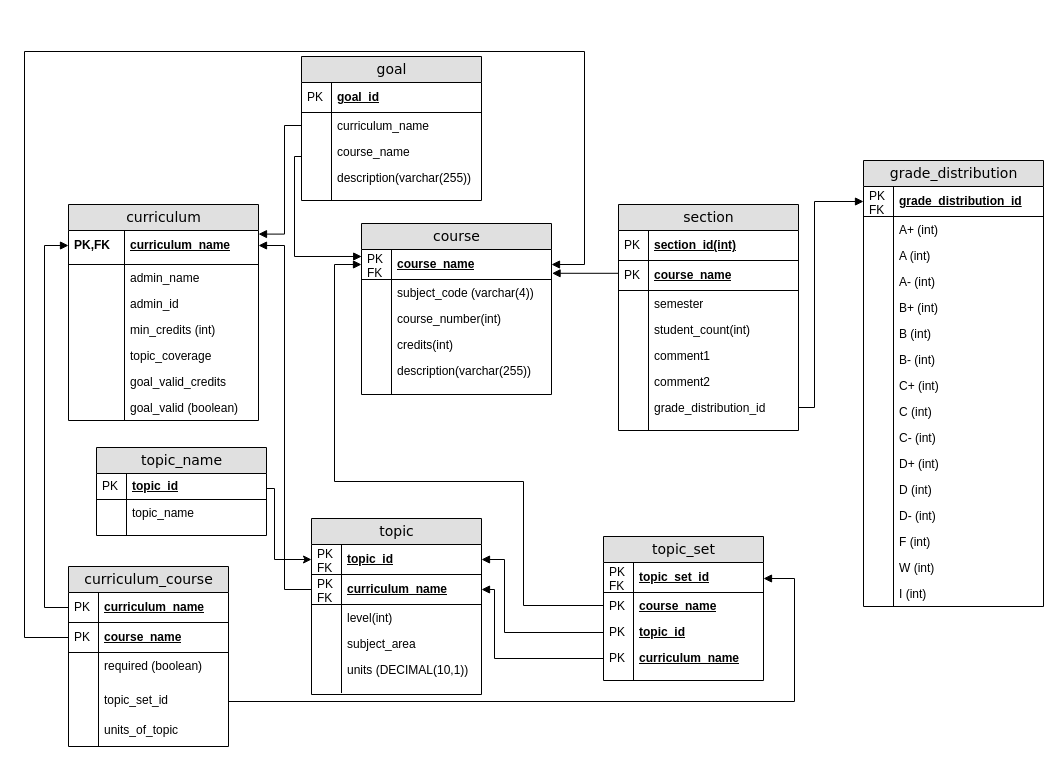
RoyXingan/DatabaseProject keeps this draw.io diagram as relational_model.drawio. Above is the earlier version. Source tidied: cells renumbered, new cells numbered last; positions are measured from the earlier drawing's top-left corner, leaving out a move shared by most shapes. Both pictures are drawn from the tidied source at 100%, with x=0, y=0 at pixel (24, 51).
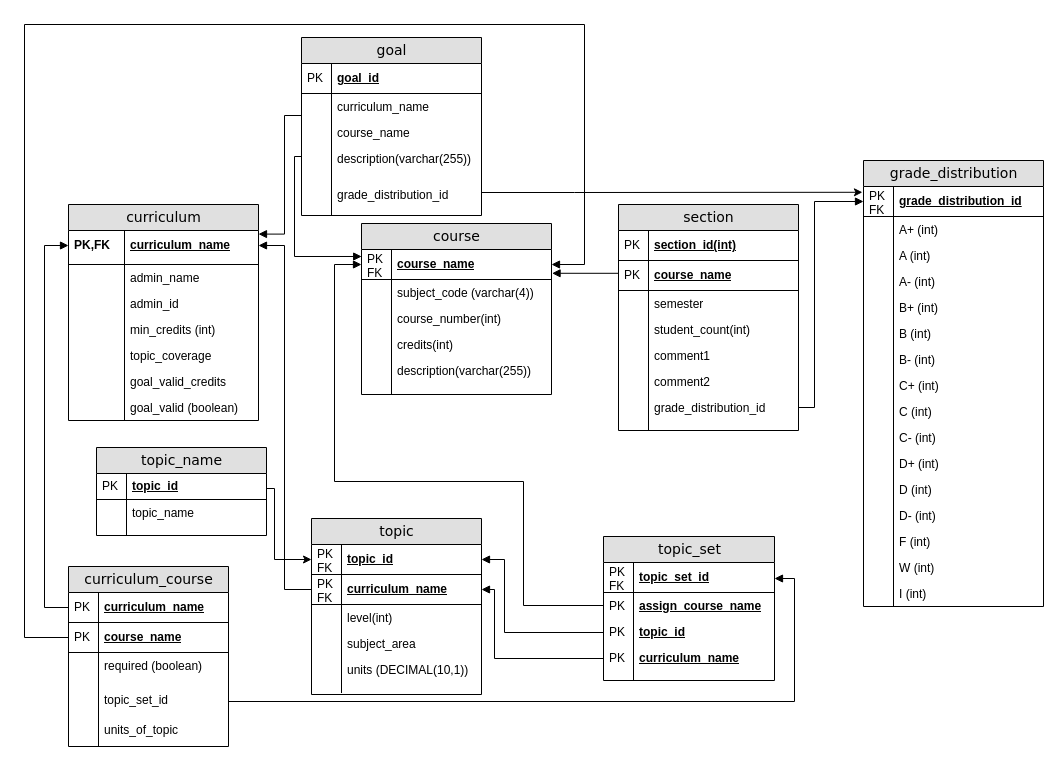
Above is the later version.

Commit message (it also covers changes not shown here):
Update model.py, add grade distribution to goal table

The change refers to these unchanged cells:
```xml
<mxCell id="3" value="curriculum_name" style="shape=partialRectangle;top=0;left=0;right=0;bottom=0;html=1;align=left;verticalAlign=middle;fillColor=none;spacingLeft=60;spacingRight=4;whiteSpace=wrap;overflow=hidden;points=[[0,0.5],[1,0.5]];portConstraint=eastwest;fontStyle=5;" parent="2" vertex="1">
  <mxGeometry y="26" width="190" height="30" as="geometry" />
</mxCell>
<mxCell id="20" value="course_name&lt;br&gt;" style="shape=partialRectangle;top=0;left=0;right=0;bottom=1;html=1;align=left;verticalAlign=middle;fillColor=none;spacingLeft=34;spacingRight=4;whiteSpace=wrap;overflow=hidden;points=[[0,0.5],[1,0.5]];portConstraint=eastwest;fontStyle=5;" parent="19" vertex="1">
  <mxGeometry y="26" width="190" height="30" as="geometry" />
</mxCell>
<mxCell id="59" value="course_name&lt;br&gt;" style="shape=partialRectangle;top=0;left=0;right=0;bottom=1;html=1;align=left;verticalAlign=middle;fillColor=none;spacingLeft=34;spacingRight=4;whiteSpace=wrap;overflow=hidden;points=[[0,0.5],[1,0.5]];portConstraint=eastwest;fontStyle=5;" parent="56" vertex="1">
  <mxGeometry y="56" width="160" height="30" as="geometry" />
</mxCell>
<mxCell id="70" value="curriculum_name" style="shape=partialRectangle;top=0;left=0;right=0;bottom=0;html=1;align=left;verticalAlign=top;fillColor=none;spacingLeft=34;spacingRight=4;whiteSpace=wrap;overflow=hidden;points=[[0,0.5],[1,0.5]];portConstraint=eastwest;" parent="67" vertex="1">
  <mxGeometry y="56" width="180" height="26" as="geometry" />
</mxCell>
<mxCell id="96" value="grade_distribution_id" style="shape=partialRectangle;top=0;left=0;right=0;bottom=1;html=1;align=left;verticalAlign=middle;fillColor=none;spacingLeft=34;spacingRight=4;whiteSpace=wrap;overflow=hidden;points=[[0,0.5],[1,0.5]];portConstraint=eastwest;fontStyle=5;" parent="95" vertex="1">
  <mxGeometry y="26" width="180" height="30" as="geometry" />
</mxCell>
```

What changed in the source:
```diff
@@
     <mxCell id="45" value="topic_set" style="swimlane;html=1;fontStyle=0;horizontal=1;startSize=26;fillColor=#e0e0e0;swimlaneFillColor=#ffffff;align=center;rounded=0;shadow=0;comic=0;labelBackgroundColor=none;strokeColor=#000000;strokeWidth=1;fontFamily=Verdana;fontSize=14;fontColor=#000000;" parent="1" vertex="1">
-      <mxGeometry x="579" y="485" width="160" height="144" as="geometry" />
+      <mxGeometry x="579" y="485" width="171" height="144" as="geometry" />
     </mxCell>
     <mxCell id="46" value="topic_set_id" style="shape=partialRectangle;top=0;left=0;right=0;bottom=1;html=1;align=left;verticalAlign=middle;fillColor=none;spacingLeft=34;spacingRight=4;whiteSpace=wrap;overflow=hidden;points=[[0,0.5],[1,0.5]];portConstraint=eastwest;fontStyle=5;" parent="45" vertex="1">
-      <mxGeometry y="26" width="160" height="30" as="geometry" />
+      <mxGeometry y="26" width="171" height="30" as="geometry" />
     </mxCell>
@@
-    <mxCell id="48" value="&lt;span&gt;course_name&lt;/span&gt;" style="shape=partialRectangle;top=0;left=0;right=0;bottom=0;html=1;align=left;verticalAlign=top;fillColor=none;spacingLeft=34;spacingRight=4;whiteSpace=wrap;overflow=hidden;points=[[0,0.5],[1,0.5]];portConstraint=eastwest;fontStyle=5;" parent="45" vertex="1">
-      <mxGeometry y="56" width="160" height="26" as="geometry" />
+    <mxCell id="48" value="&lt;span&gt;assign_course_name&lt;/span&gt;" style="shape=partialRectangle;top=0;left=0;right=0;bottom=0;html=1;align=left;verticalAlign=top;fillColor=none;spacingLeft=34;spacingRight=4;whiteSpace=wrap;overflow=hidden;points=[[0,0.5],[1,0.5]];portConstraint=eastwest;fontStyle=5;" parent="45" vertex="1">
+      <mxGeometry y="56" width="171" height="26" as="geometry" />
     </mxCell>
@@
     <mxCell id="50" value="&lt;span&gt;topic_id&lt;/span&gt;&lt;br&gt;" style="shape=partialRectangle;top=0;left=0;right=0;bottom=0;html=1;align=left;verticalAlign=top;fillColor=none;spacingLeft=34;spacingRight=4;whiteSpace=wrap;overflow=hidden;points=[[0,0.5],[1,0.5]];portConstraint=eastwest;fontStyle=5;" parent="45" vertex="1">
-      <mxGeometry y="82" width="160" height="26" as="geometry" />
+      <mxGeometry y="82" width="171" height="26" as="geometry" />
     </mxCell>
@@
     <mxCell id="52" value="&lt;span&gt;curriculum_name&lt;/span&gt;&lt;br&gt;" style="shape=partialRectangle;top=0;left=0;right=0;bottom=0;html=1;align=left;verticalAlign=top;fillColor=none;spacingLeft=34;spacingRight=4;whiteSpace=wrap;overflow=hidden;points=[[0,0.5],[1,0.5]];portConstraint=eastwest;fontStyle=5;" parent="45" vertex="1">
-      <mxGeometry y="108" width="160" height="26" as="geometry" />
+      <mxGeometry y="108" width="171" height="26" as="geometry" />
     </mxCell>
@@
     <mxCell id="54" style="shape=partialRectangle;top=0;left=0;right=0;bottom=0;html=1;align=left;verticalAlign=top;fillColor=none;spacingLeft=34;spacingRight=4;whiteSpace=wrap;overflow=hidden;" parent="45" vertex="1">
-      <mxGeometry y="134" width="160" height="10" as="geometry" />
+      <mxGeometry y="134" width="171" height="10" as="geometry" />
     </mxCell>
@@
     <mxCell id="67" value="goal" style="swimlane;html=1;fontStyle=0;horizontal=1;startSize=26;fillColor=#e0e0e0;swimlaneFillColor=#ffffff;align=center;rounded=0;shadow=0;comic=0;labelBackgroundColor=none;strokeColor=#000000;strokeWidth=1;fontFamily=Verdana;fontSize=14;fontColor=#000000;swimlaneLine=1;" parent="1" vertex="1">
-      <mxGeometry x="277" y="5" width="180" height="144" as="geometry" />
+      <mxGeometry x="277" y="-14" width="180" height="178" as="geometry" />
     </mxCell>
@@
+    <mxCell id="147" value="grade_distribution_id" style="shape=partialRectangle;top=0;left=0;right=0;bottom=0;html=1;align=left;verticalAlign=top;fillColor=none;spacingLeft=34;spacingRight=4;whiteSpace=wrap;overflow=hidden;points=[[0,0.5],[1,0.5]];portConstraint=eastwest;" parent="67" vertex="1">
+      <mxGeometry y="144" width="180" height="34" as="geometry" />
+    </mxCell>
+    <mxCell id="148" style="shape=partialRectangle;top=0;left=0;bottom=0;html=1;fillColor=none;align=left;verticalAlign=top;spacingLeft=4;spacingRight=4;whiteSpace=wrap;overflow=hidden;" parent="147" vertex="1">
+      <mxGeometry width="30" height="34" as="geometry" />
+    </mxCell>
@@
     <mxCell id="129" style="edgeStyle=orthogonalEdgeStyle;rounded=0;jettySize=auto;html=1;endArrow=block;endFill=1;exitX=0;exitY=0.5;exitDx=0;exitDy=0;entryX=1;entryY=0.5;entryDx=0;entryDy=0;" parent="1" edge="1" source="59" target="20">
       <mxGeometry relative="1" as="geometry">
         <Array as="points">
           <mxPoint y="586" />
-          <mxPoint />
-          <mxPoint x="560" />
+          <mxPoint y="-27" />
+          <mxPoint x="560" y="-27" />
           <mxPoint x="560" y="213" />
         </Array>
       </mxGeometry>
     </mxCell>
@@
     <mxCell id="136" style="edgeStyle=orthogonalEdgeStyle;rounded=0;jettySize=auto;html=1;exitX=0;exitY=0.5;exitDx=0;exitDy=0;endArrow=block;endFill=1;entryX=1;entryY=0.12;entryDx=0;entryDy=0;entryPerimeter=0;" parent="1" edge="1" source="70" target="3">
       <mxGeometry relative="1" as="geometry">
         <Array as="points">
-          <mxPoint x="260" y="74" />
+          <mxPoint x="260" y="64" />
           <mxPoint x="260" y="183" />
         </Array>
       </mxGeometry>
     </mxCell>
@@
+    <mxCell id="149" style="edgeStyle=orthogonalEdgeStyle;rounded=0;jettySize=auto;html=1;entryX=-0.006;entryY=0.193;entryDx=0;entryDy=0;entryPerimeter=0;" parent="1" edge="1" source="147" target="96">
+      <mxGeometry relative="1" as="geometry">
+        <Array as="points">
+          <mxPoint x="550" y="141" />
+          <mxPoint x="550" y="141" />
+        </Array>
+      </mxGeometry>
+    </mxCell>
```
